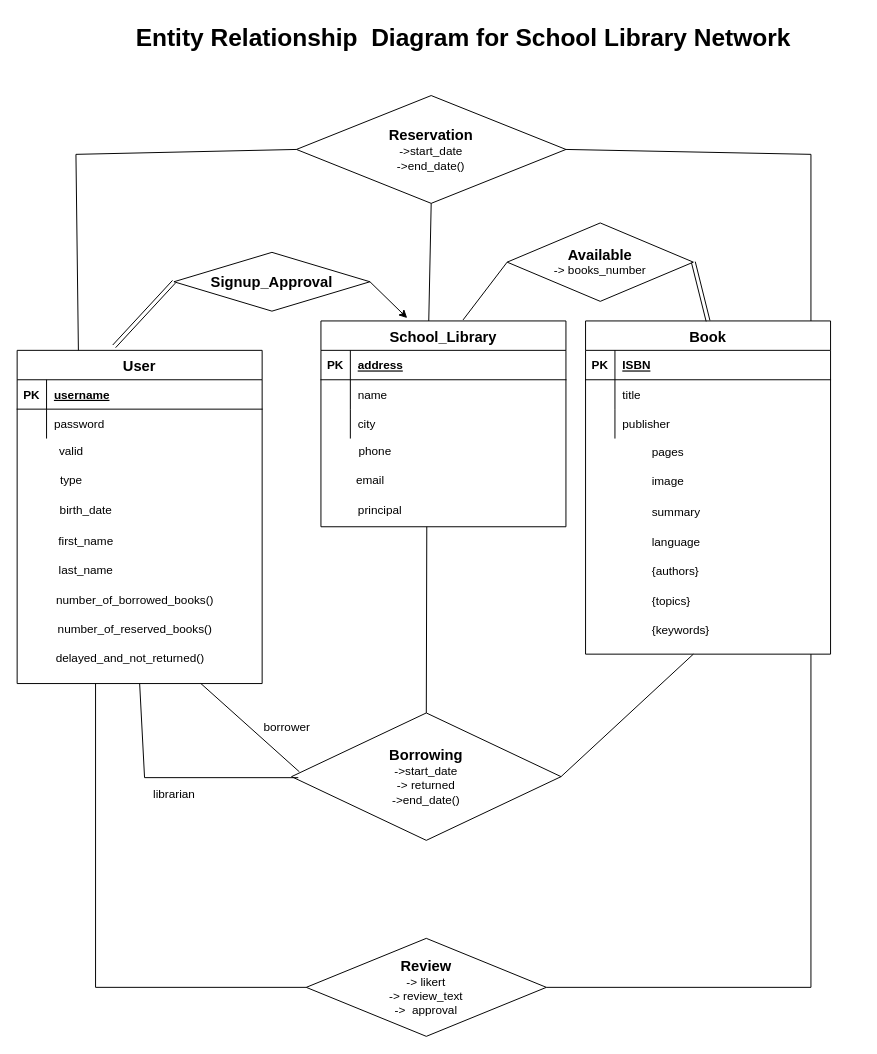
Before: Ανώνυμο διάγραμμα.drawio in ntua-el20069/school-library-app, a draw.io diagram. Source tidied: cells renumbered, new cells numbered last; positions are measured from the earlier drawing's top-left corner, leaving out a move shared by most shapes. Both pictures are drawn from the tidied source at 98%, with x=0, y=0 at pixel (17, 17).
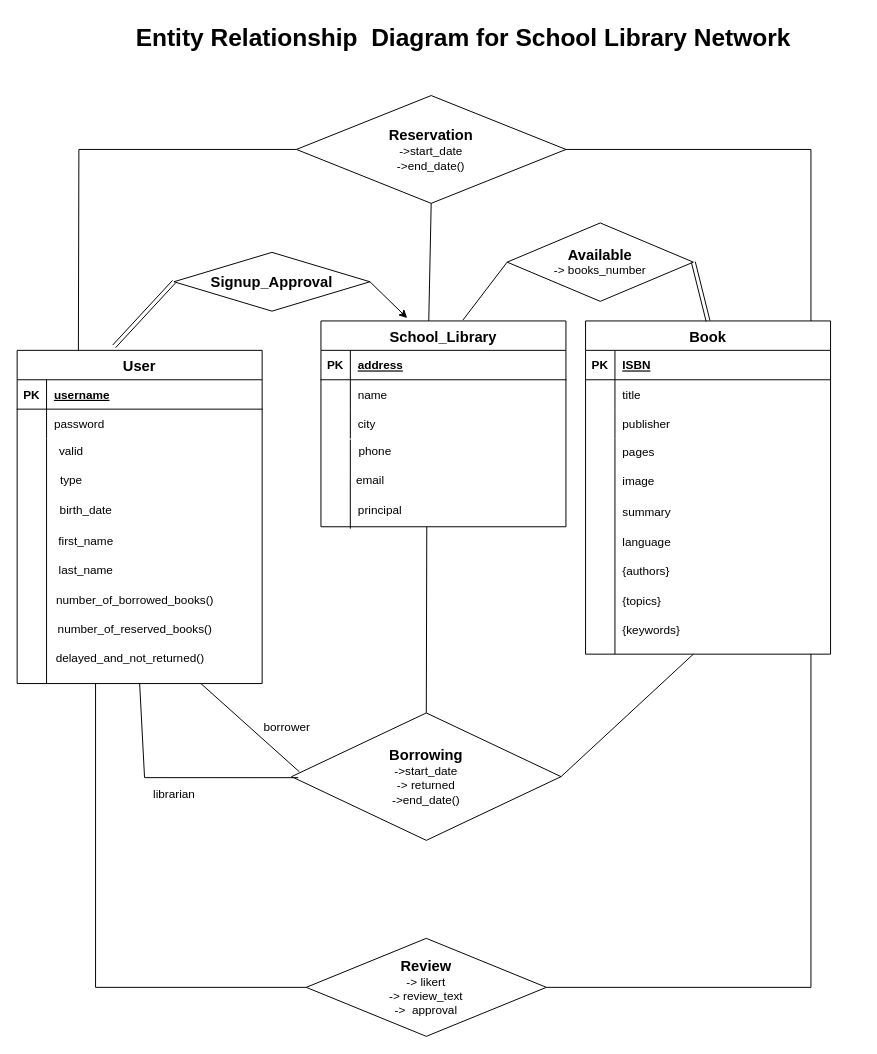
The same diagram, later.

Unchanged cells that the change refers to:
```xml
<mxCell id="12" value="Book" style="shape=table;startSize=30;childLayout=tableLayout;rowLines=0;fontStyle=1;align=center;fontSize=15;" parent="1" vertex="1">
  <mxGeometry x="580" y="310" width="250" height="340" as="geometry" />
</mxCell>
<mxCell id="22" value="User" style="shape=table;startSize=30;childLayout=tableLayout;rowLines=0;fontStyle=1;align=center;flipH=1;flipV=0;fontSize=15;" parent="1" vertex="1">
  <mxGeometry y="340" width="250" height="340" as="geometry" />
</mxCell>
<mxCell id="26" style="shape=partialRectangle;fillColor=none;points=[[0,0.5],[1,0.5]];portConstraint=eastwest;top=0;left=0;right=0;bottom=0;" parent="22" vertex="1">
  <mxGeometry y="60" width="250" height="30" as="geometry" />
</mxCell>
<mxCell id="37" value="phone" style="text;html=1;align=center;verticalAlign=middle;points=[];strokeColor=none;fillColor=none;" parent="1" vertex="1">
  <mxGeometry x="335" y="428" width="60" height="30" as="geometry" />
</mxCell>
<mxCell id="39" value="principal" style="text;html=1;align=center;verticalAlign=middle;points=[];strokeColor=none;fillColor=none;" parent="1" vertex="1">
  <mxGeometry x="335" y="488" width="70" height="30" as="geometry" />
</mxCell>
<mxCell id="51" value="&lt;span style=&quot;font-size: 15px;&quot;&gt;&lt;b&gt;Reservation&lt;/b&gt;&lt;/span&gt;&lt;br&gt;-&amp;gt;start_date&lt;br&gt;-&amp;gt;end_date()" style="rhombus;whiteSpace=wrap;html=1;" parent="1" vertex="1">
  <mxGeometry x="285" y="80" width="275" height="110" as="geometry" />
</mxCell>
```

What changed in the source:
```diff
@@
     <mxCell id="40" value="pages" style="shape=partialRectangle;overflow=hidden;fillColor=none;top=0;left=0;bottom=0;right=0;align=left;spacingLeft=6;" parent="1" vertex="1">
-      <mxGeometry x="640" y="428" width="220" height="30" as="geometry" />
+      <mxGeometry x="610" y="428" width="220" height="30" as="geometry" />
     </mxCell>
     <mxCell id="41" value="image" style="shape=partialRectangle;overflow=hidden;fillColor=none;top=0;left=0;bottom=0;right=0;align=left;spacingLeft=6;" parent="1" vertex="1">
-      <mxGeometry x="640" y="458" width="220" height="30" as="geometry" />
+      <mxGeometry x="610" y="458" width="220" height="30" as="geometry" />
     </mxCell>
     <mxCell id="42" value="summary" style="shape=partialRectangle;overflow=hidden;fillColor=none;top=0;left=0;bottom=0;right=0;align=left;spacingLeft=6;" parent="1" vertex="1">
-      <mxGeometry x="640" y="490" width="220" height="30" as="geometry" />
+      <mxGeometry x="610" y="490" width="220" height="30" as="geometry" />
     </mxCell>
     <mxCell id="43" value="language" style="shape=partialRectangle;overflow=hidden;fillColor=none;top=0;left=0;bottom=0;right=0;align=left;spacingLeft=6;" parent="1" vertex="1">
-      <mxGeometry x="640" y="520" width="220" height="30" as="geometry" />
+      <mxGeometry x="610" y="520" width="220" height="30" as="geometry" />
     </mxCell>
     <mxCell id="44" value="{authors}" style="shape=partialRectangle;overflow=hidden;fillColor=none;top=0;left=0;bottom=0;right=0;align=left;spacingLeft=6;" parent="1" vertex="1">
-      <mxGeometry x="640" y="550" width="220" height="30" as="geometry" />
+      <mxGeometry x="610" y="550" width="220" height="30" as="geometry" />
     </mxCell>
     <mxCell id="45" value="{topics}" style="shape=partialRectangle;overflow=hidden;fillColor=none;top=0;left=0;bottom=0;right=0;align=left;spacingLeft=6;" parent="1" vertex="1">
-      <mxGeometry x="640" y="580" width="220" height="30" as="geometry" />
+      <mxGeometry x="610" y="580" width="220" height="30" as="geometry" />
     </mxCell>
     <mxCell id="46" value="{keywords}" style="shape=partialRectangle;overflow=hidden;fillColor=none;top=0;left=0;bottom=0;right=0;align=left;spacingLeft=6;" parent="1" vertex="1">
-      <mxGeometry x="640" y="610" width="220" height="30" as="geometry" />
+      <mxGeometry x="610" y="610" width="220" height="30" as="geometry" />
     </mxCell>
@@
     <mxCell id="62" style="endArrow=none;html=1;rounded=0;entryX=0;entryY=0.5;entryDx=0;entryDy=0;exitX=0.25;exitY=0;exitDx=0;exitDy=0;" parent="1" edge="1" source="22" target="51">
       <mxGeometry relative="1" as="geometry">
         <Array as="points">
-          <mxPoint x="60" y="140" />
+          <mxPoint x="63" y="135" />
         </Array>
       </mxGeometry>
     </mxCell>
@@
     <mxCell id="64" style="endArrow=none;html=1;rounded=0;entryX=1;entryY=0.5;entryDx=0;entryDy=0;exitX=0.92;exitY=0;exitDx=0;exitDy=0;exitPerimeter=0;" parent="1" edge="1" source="12" target="51">
       <mxGeometry relative="1" as="geometry">
         <Array as="points">
-          <mxPoint x="810" y="140" />
+          <mxPoint x="810" y="135" />
         </Array>
       </mxGeometry>
     </mxCell>
@@
+    <mxCell id="68" style="endArrow=none;html=1;rounded=0;exitX=0.12;exitY=1;exitDx=0;exitDy=0;exitPerimeter=0;" parent="1" edge="1" source="26">
+      <mxGeometry relative="1" as="geometry">
+        <mxPoint x="30" y="680" as="targetPoint" />
+      </mxGeometry>
+    </mxCell>
+    <mxCell id="69" style="endArrow=none;html=1;rounded=0;exitX=0.083;exitY=0.1;exitDx=0;exitDy=0;exitPerimeter=0;entryX=0.071;entryY=1.133;entryDx=0;entryDy=0;entryPerimeter=0;" parent="1" edge="1" source="37" target="39">
+      <mxGeometry relative="1" as="geometry" />
+    </mxCell>
+    <mxCell id="70" style="endArrow=none;html=1;rounded=0;" parent="1" edge="1">
+      <mxGeometry relative="1" as="geometry">
+        <mxPoint x="610" y="650" as="sourcePoint" />
+        <mxPoint x="610" y="430" as="targetPoint" />
+      </mxGeometry>
+    </mxCell>
```
